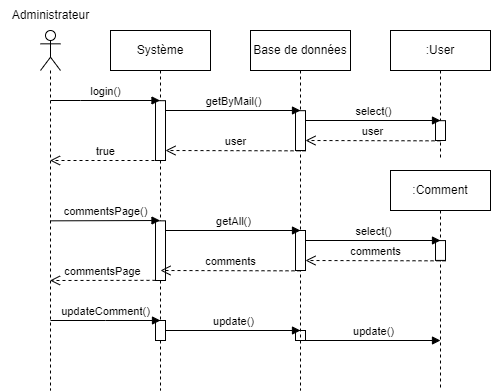
This is diagrammes/séquences/2-Validation d'un commentaire.png from Simoncharbonnier/OCP5, a draw.io export, as it was before one commit. Source tidied: cells renumbered, new cells last; positions are measured from the earlier drawing's top-left corner, leaving out a move shared by most shapes.
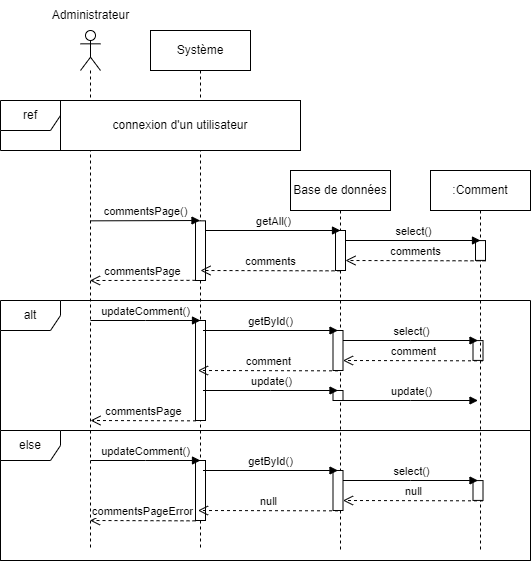
The same diagram one commit later.

Change to the diagram source:
```diff
@@ -3,37 +3,20 @@
     <mxCell id="0" />
     <mxCell id="1" parent="0" />
     <mxCell id="2" style="shape=umlLifeline;perimeter=lifelinePerimeter;whiteSpace=wrap;html=1;outlineConnect=0;portConstraint=eastwest;newEdgeStyle={&quot;edgeStyle&quot;:&quot;elbowEdgeStyle&quot;,&quot;elbow&quot;:&quot;vertical&quot;,&quot;curved&quot;:0,&quot;rounded&quot;:0};participant=umlActor;" parent="1" vertex="1">
-      <mxGeometry x="40" y="30" width="20" height="360" as="geometry" />
+      <mxGeometry x="40" y="30" width="20" height="520" as="geometry" />
     </mxCell>
     <mxCell id="3" value="Administrateur" style="text;html=1;align=center;verticalAlign=middle;strokeColor=none;fillColor=none;" parent="1" vertex="1">
       <mxGeometry width="100" height="30" as="geometry" />
     </mxCell>
     <mxCell id="4" value="Système" style="shape=umlLifeline;perimeter=lifelinePerimeter;whiteSpace=wrap;html=1;outlineConnect=0;portConstraint=eastwest;newEdgeStyle={&quot;edgeStyle&quot;:&quot;elbowEdgeStyle&quot;,&quot;elbow&quot;:&quot;vertical&quot;,&quot;curved&quot;:0,&quot;rounded&quot;:0};" parent="1" vertex="1">
-      <mxGeometry x="110" y="30" width="100" height="360" as="geometry" />
+      <mxGeometry x="110" y="30" width="100" height="520" as="geometry" />
     </mxCell>
     <mxCell id="5" style="html=1;points=[];perimeter=orthogonalPerimeter;outlineConnect=0;targetShapes=umlLifeline;portConstraint=eastwest;newEdgeStyle={&quot;edgeStyle&quot;:&quot;elbowEdgeStyle&quot;,&quot;elbow&quot;:&quot;vertical&quot;,&quot;curved&quot;:0,&quot;rounded&quot;:0};" parent="4" vertex="1">
       <mxGeometry x="45" y="190.3" width="10" height="59.7" as="geometry" />
     </mxCell>
-    <mxCell id="6" style="html=1;points=[];perimeter=orthogonalPerimeter;outlineConnect=0;targetShapes=umlLifeline;portConstraint=eastwest;newEdgeStyle={&quot;edgeStyle&quot;:&quot;elbowEdgeStyle&quot;,&quot;elbow&quot;:&quot;vertical&quot;,&quot;curved&quot;:0,&quot;rounded&quot;:0};" parent="4" vertex="1">
-      <mxGeometry x="45" y="70.2" width="10" height="59.8" as="geometry" />
-    </mxCell>
     <mxCell id="7" style="html=1;perimeter=orthogonalPerimeter;targetShapes=umlLifeline;newEdgeStyle={&quot;edgeStyle&quot;:&quot;elbowEdgeStyle&quot;,&quot;elbow&quot;:&quot;vertical&quot;,&quot;curved&quot;:0,&quot;rounded&quot;:0};" parent="4" vertex="1">
-      <mxGeometry x="45" y="290" width="10" height="20" as="geometry" />
+      <mxGeometry x="45" y="290" width="10" height="100" as="geometry" />
     </mxCell>
-    <mxCell id="8" style="html=1;points=[];perimeter=orthogonalPerimeter;outlineConnect=0;targetShapes=umlLifeline;portConstraint=eastwest;newEdgeStyle={&quot;edgeStyle&quot;:&quot;elbowEdgeStyle&quot;,&quot;elbow&quot;:&quot;vertical&quot;,&quot;curved&quot;:0,&quot;rounded&quot;:0};" parent="4" vertex="1">
-      <mxGeometry x="185" y="300" width="10" height="10" as="geometry" />
-    </mxCell>
-    <mxCell id="9" value="update()" style="html=1;verticalAlign=bottom;endArrow=block;edgeStyle=elbowEdgeStyle;elbow=vertical;curved=0;rounded=0;" parent="4" edge="1">
-      <mxGeometry relative="1" as="geometry">
-        <mxPoint x="55" y="300" as="sourcePoint" />
-        <mxPoint x="190" y="300" as="targetPoint" />
-      </mxGeometry>
-    </mxCell>
-    <mxCell id="10" value="update()" style="html=1;verticalAlign=bottom;endArrow=block;edgeStyle=elbowEdgeStyle;elbow=vertical;curved=0;rounded=0;" parent="4" edge="1" source="8">
-      <mxGeometry relative="1" as="geometry">
-        <mxPoint x="330" y="310" as="targetPoint" />
-      </mxGeometry>
-    </mxCell>
     <mxCell id="11" value="updateComment()" style="html=1;verticalAlign=bottom;endArrow=block;edgeStyle=elbowEdgeStyle;elbow=vertical;curved=0;rounded=0;" parent="4" edge="1">
       <mxGeometry relative="1" as="geometry">
         <mxPoint x="-60" y="290" as="sourcePoint" />
@@ -41,59 +24,48 @@
       </mxGeometry>
     </mxCell>
     <mxCell id="12" value="Base de données" style="shape=umlLifeline;perimeter=lifelinePerimeter;whiteSpace=wrap;html=1;newEdgeStyle={&quot;edgeStyle&quot;:&quot;elbowEdgeStyle&quot;,&quot;elbow&quot;:&quot;vertical&quot;,&quot;curved&quot;:0,&quot;rounded&quot;:0};" parent="1" vertex="1">
-      <mxGeometry x="250" y="30" width="100" height="360" as="geometry" />
+      <mxGeometry x="250" y="170" width="100" height="380" as="geometry" />
     </mxCell>
-    <mxCell id="13" style="html=1;points=[];perimeter=orthogonalPerimeter;outlineConnect=0;targetShapes=umlLifeline;portConstraint=eastwest;newEdgeStyle={&quot;edgeStyle&quot;:&quot;elbowEdgeStyle&quot;,&quot;elbow&quot;:&quot;vertical&quot;,&quot;curved&quot;:0,&quot;rounded&quot;:0};" parent="12" vertex="1">
-      <mxGeometry x="45" y="80.2" width="10" height="39.8" as="geometry" />
-    </mxCell>
     <mxCell id="14" style="html=1;points=[];perimeter=orthogonalPerimeter;outlineConnect=0;targetShapes=umlLifeline;portConstraint=eastwest;newEdgeStyle={&quot;edgeStyle&quot;:&quot;elbowEdgeStyle&quot;,&quot;elbow&quot;:&quot;vertical&quot;,&quot;curved&quot;:0,&quot;rounded&quot;:0};" parent="12" vertex="1">
-      <mxGeometry x="45" y="200" width="10" height="40" as="geometry" />
+      <mxGeometry x="45" y="60" width="10" height="40" as="geometry" />
     </mxCell>
-    <mxCell id="15" value=":User" style="shape=umlLifeline;perimeter=lifelinePerimeter;whiteSpace=wrap;html=1;newEdgeStyle={&quot;edgeStyle&quot;:&quot;elbowEdgeStyle&quot;,&quot;elbow&quot;:&quot;vertical&quot;,&quot;curved&quot;:0,&quot;rounded&quot;:0};" parent="1" vertex="1">
-      <mxGeometry x="390" y="30" width="100" height="130" as="geometry" />
-    </mxCell>
-    <mxCell id="16" style="html=1;perimeter=orthogonalPerimeter;targetShapes=umlLifeline;newEdgeStyle={&quot;edgeStyle&quot;:&quot;elbowEdgeStyle&quot;,&quot;elbow&quot;:&quot;vertical&quot;,&quot;curved&quot;:0,&quot;rounded&quot;:0};" parent="15" vertex="1">
-      <mxGeometry x="45" y="90.2" width="10" height="19.8" as="geometry" />
-    </mxCell>
+    <mxCell id="31" style="html=1;points=[];perimeter=orthogonalPerimeter;outlineConnect=0;targetShapes=umlLifeline;portConstraint=eastwest;newEdgeStyle={&quot;edgeStyle&quot;:&quot;elbowEdgeStyle&quot;,&quot;elbow&quot;:&quot;vertical&quot;,&quot;curved&quot;:0,&quot;rounded&quot;:0};" parent="12" vertex="1">
+      <mxGeometry x="42.5" y="160" width="10" height="40" as="geometry" />
+    </mxCell>
+    <mxCell id="32" style="html=1;perimeter=orthogonalPerimeter;targetShapes=umlLifeline;newEdgeStyle={&quot;edgeStyle&quot;:&quot;elbowEdgeStyle&quot;,&quot;elbow&quot;:&quot;vertical&quot;,&quot;curved&quot;:0,&quot;rounded&quot;:0};" parent="12" vertex="1">
+      <mxGeometry x="182.5" y="170.1" width="10" height="19.8" as="geometry" />
+    </mxCell>
+    <mxCell id="33" value="getById()" style="html=1;verticalAlign=bottom;endArrow=block;edgeStyle=elbowEdgeStyle;elbow=vertical;curved=0;rounded=0;" parent="12" edge="1">
+      <mxGeometry relative="1" as="geometry">
+        <mxPoint x="-87.5" y="160" as="sourcePoint" />
+        <mxPoint x="47.5" y="160" as="targetPoint" />
+        <Array as="points">
+          <mxPoint x="47.5" y="160" />
+        </Array>
+      </mxGeometry>
+    </mxCell>
+    <mxCell id="34" value="comment" style="html=1;verticalAlign=bottom;endArrow=open;dashed=1;endSize=8;edgeStyle=elbowEdgeStyle;elbow=vertical;curved=0;rounded=0;" parent="12" edge="1">
+      <mxGeometry relative="1" as="geometry">
+        <mxPoint x="47.5" y="200.3" as="sourcePoint" />
+        <mxPoint x="-92.5" y="200" as="targetPoint" />
+      </mxGeometry>
+    </mxCell>
+    <mxCell id="35" value="select()" style="html=1;verticalAlign=bottom;endArrow=block;edgeStyle=elbowEdgeStyle;elbow=vertical;curved=0;rounded=0;" parent="12" edge="1" source="31">
+      <mxGeometry relative="1" as="geometry">
+        <mxPoint x="187.5" y="170" as="targetPoint" />
+      </mxGeometry>
+    </mxCell>
+    <mxCell id="36" value="comment" style="html=1;verticalAlign=bottom;endArrow=open;dashed=1;endSize=8;edgeStyle=elbowEdgeStyle;elbow=vertical;curved=0;rounded=0;" parent="12" edge="1" target="31">
+      <mxGeometry relative="1" as="geometry">
+        <mxPoint x="192.5" y="190.3" as="sourcePoint" />
+      </mxGeometry>
+    </mxCell>
     <mxCell id="17" value="commentsPage()" style="html=1;verticalAlign=bottom;endArrow=block;edgeStyle=elbowEdgeStyle;elbow=vertical;curved=0;rounded=0;" parent="1" edge="1">
       <mxGeometry relative="1" as="geometry">
         <mxPoint x="50" y="220.3" as="sourcePoint" />
         <mxPoint x="159.5" y="220.2" as="targetPoint" />
       </mxGeometry>
     </mxCell>
-    <mxCell id="18" value="login()" style="html=1;verticalAlign=bottom;endArrow=block;edgeStyle=elbowEdgeStyle;elbow=vertical;curved=0;rounded=0;" parent="1" edge="1" target="4">
-      <mxGeometry relative="1" as="geometry">
-        <mxPoint x="50" y="100" as="sourcePoint" />
-      </mxGeometry>
-    </mxCell>
-    <mxCell id="19" value="true" style="html=1;verticalAlign=bottom;endArrow=open;dashed=1;endSize=8;edgeStyle=elbowEdgeStyle;elbow=vertical;curved=0;rounded=0;" parent="1" edge="1" target="2">
-      <mxGeometry relative="1" as="geometry">
-        <mxPoint x="160" y="160" as="sourcePoint" />
-        <Array as="points">
-          <mxPoint x="130" y="160" />
-        </Array>
-      </mxGeometry>
-    </mxCell>
-    <mxCell id="20" value="getByMail()" style="html=1;verticalAlign=bottom;endArrow=block;edgeStyle=elbowEdgeStyle;elbow=vertical;curved=0;rounded=0;" parent="1" edge="1" source="6">
-      <mxGeometry x="0.01" relative="1" as="geometry">
-        <mxPoint x="300" y="110" as="targetPoint" />
-      </mxGeometry>
-    </mxCell>
-    <mxCell id="21" value="select()" style="html=1;verticalAlign=bottom;endArrow=block;edgeStyle=elbowEdgeStyle;elbow=vertical;curved=0;rounded=0;" parent="1" edge="1" source="13">
-      <mxGeometry relative="1" as="geometry">
-        <mxPoint x="440" y="120" as="targetPoint" />
-      </mxGeometry>
-    </mxCell>
-    <mxCell id="22" value="user" style="html=1;verticalAlign=bottom;endArrow=open;dashed=1;endSize=8;edgeStyle=elbowEdgeStyle;elbow=vertical;curved=0;rounded=0;" parent="1" edge="1" target="13">
-      <mxGeometry relative="1" as="geometry">
-        <mxPoint x="440" y="140.3" as="sourcePoint" />
-      </mxGeometry>
-    </mxCell>
-    <mxCell id="23" value="user" style="html=1;verticalAlign=bottom;endArrow=open;dashed=1;endSize=8;edgeStyle=elbowEdgeStyle;elbow=vertical;curved=0;rounded=0;" parent="1" edge="1" target="6">
-      <mxGeometry relative="1" as="geometry">
-        <mxPoint x="305" y="150.3" as="sourcePoint" />
-      </mxGeometry>
-    </mxCell>
     <mxCell id="24" value="commentsPage" style="html=1;verticalAlign=bottom;endArrow=open;dashed=1;endSize=8;edgeStyle=elbowEdgeStyle;elbow=vertical;curved=0;rounded=0;" parent="1" edge="1">
       <mxGeometry relative="1" as="geometry">
         <mxPoint x="155" y="279.8" as="sourcePoint" />
@@ -101,7 +73,7 @@
       </mxGeometry>
     </mxCell>
     <mxCell id="25" value=":Comment" style="shape=umlLifeline;perimeter=lifelinePerimeter;whiteSpace=wrap;html=1;newEdgeStyle={&quot;edgeStyle&quot;:&quot;elbowEdgeStyle&quot;,&quot;elbow&quot;:&quot;vertical&quot;,&quot;curved&quot;:0,&quot;rounded&quot;:0};" parent="1" vertex="1">
-      <mxGeometry x="390" y="170" width="100" height="220" as="geometry" />
+      <mxGeometry x="390" y="170" width="100" height="380" as="geometry" />
     </mxCell>
     <mxCell id="26" style="html=1;perimeter=orthogonalPerimeter;targetShapes=umlLifeline;newEdgeStyle={&quot;edgeStyle&quot;:&quot;elbowEdgeStyle&quot;,&quot;elbow&quot;:&quot;vertical&quot;,&quot;curved&quot;:0,&quot;rounded&quot;:0};" parent="25" vertex="1">
       <mxGeometry x="45" y="70.1" width="10" height="19.8" as="geometry" />
@@ -130,5 +102,83 @@
         <mxPoint x="445" y="260.3" as="sourcePoint" />
       </mxGeometry>
     </mxCell>
+    <mxCell id="37" value="ref" style="shape=umlFrame;whiteSpace=wrap;html=1;labelBackgroundColor=default;fontStyle=0;shadow=0;perimeterSpacing=0;" parent="1" vertex="1">
+      <mxGeometry x="-40" y="100" width="300" height="50" as="geometry" />
+    </mxCell>
+    <mxCell id="38" value="connexion d'un utilisateur" style="text;html=1;strokeColor=default;fillColor=default;align=center;verticalAlign=middle;whiteSpace=wrap;rounded=0;" parent="1" vertex="1">
+      <mxGeometry x="20" y="100" width="240" height="50" as="geometry" />
+    </mxCell>
+    <mxCell id="8" style="html=1;points=[];perimeter=orthogonalPerimeter;outlineConnect=0;targetShapes=umlLifeline;portConstraint=eastwest;newEdgeStyle={&quot;edgeStyle&quot;:&quot;elbowEdgeStyle&quot;,&quot;elbow&quot;:&quot;vertical&quot;,&quot;curved&quot;:0,&quot;rounded&quot;:0};" parent="1" vertex="1">
+      <mxGeometry x="292.5" y="390" width="10" height="10" as="geometry" />
+    </mxCell>
+    <mxCell id="9" value="update()" style="html=1;verticalAlign=bottom;endArrow=block;edgeStyle=elbowEdgeStyle;elbow=vertical;curved=0;rounded=0;" parent="1" edge="1">
+      <mxGeometry relative="1" as="geometry">
+        <mxPoint x="162.5" y="390" as="sourcePoint" />
+        <mxPoint x="297.5" y="390" as="targetPoint" />
+      </mxGeometry>
+    </mxCell>
+    <mxCell id="10" value="update()" style="html=1;verticalAlign=bottom;endArrow=block;edgeStyle=elbowEdgeStyle;elbow=vertical;curved=0;rounded=0;" parent="1" edge="1" source="8">
+      <mxGeometry relative="1" as="geometry">
+        <mxPoint x="437.5" y="400" as="targetPoint" />
+      </mxGeometry>
+    </mxCell>
+    <mxCell id="39" value="commentsPage" style="html=1;verticalAlign=bottom;endArrow=open;dashed=1;endSize=8;edgeStyle=elbowEdgeStyle;elbow=vertical;curved=0;rounded=0;" parent="1" edge="1">
+      <mxGeometry relative="1" as="geometry">
+        <mxPoint x="155.5" y="420.3" as="sourcePoint" />
+        <mxPoint x="50" y="420" as="targetPoint" />
+      </mxGeometry>
+    </mxCell>
+    <mxCell id="40" style="html=1;perimeter=orthogonalPerimeter;targetShapes=umlLifeline;newEdgeStyle={&quot;edgeStyle&quot;:&quot;elbowEdgeStyle&quot;,&quot;elbow&quot;:&quot;vertical&quot;,&quot;curved&quot;:0,&quot;rounded&quot;:0};" parent="1" vertex="1">
+      <mxGeometry x="155" y="460" width="10" height="60" as="geometry" />
+    </mxCell>
+    <mxCell id="41" value="updateComment()" style="html=1;verticalAlign=bottom;endArrow=block;edgeStyle=elbowEdgeStyle;elbow=vertical;curved=0;rounded=0;" parent="1" edge="1">
+      <mxGeometry relative="1" as="geometry">
+        <mxPoint x="50" y="460" as="sourcePoint" />
+        <mxPoint x="160" y="460" as="targetPoint" />
+      </mxGeometry>
+    </mxCell>
+    <mxCell id="42" style="html=1;points=[];perimeter=orthogonalPerimeter;outlineConnect=0;targetShapes=umlLifeline;portConstraint=eastwest;newEdgeStyle={&quot;edgeStyle&quot;:&quot;elbowEdgeStyle&quot;,&quot;elbow&quot;:&quot;vertical&quot;,&quot;curved&quot;:0,&quot;rounded&quot;:0};" parent="1" vertex="1">
+      <mxGeometry x="292.5" y="470" width="10" height="40" as="geometry" />
+    </mxCell>
+    <mxCell id="43" style="html=1;perimeter=orthogonalPerimeter;targetShapes=umlLifeline;newEdgeStyle={&quot;edgeStyle&quot;:&quot;elbowEdgeStyle&quot;,&quot;elbow&quot;:&quot;vertical&quot;,&quot;curved&quot;:0,&quot;rounded&quot;:0};" parent="1" vertex="1">
+      <mxGeometry x="432.5" y="480.1" width="10" height="19.8" as="geometry" />
+    </mxCell>
+    <mxCell id="44" value="getById()" style="html=1;verticalAlign=bottom;endArrow=block;edgeStyle=elbowEdgeStyle;elbow=vertical;curved=0;rounded=0;" parent="1" edge="1">
+      <mxGeometry relative="1" as="geometry">
+        <mxPoint x="162.5" y="470" as="sourcePoint" />
+        <mxPoint x="297.5" y="470" as="targetPoint" />
+        <Array as="points">
+          <mxPoint x="297.5" y="470" />
+        </Array>
+      </mxGeometry>
+    </mxCell>
+    <mxCell id="45" value="null" style="html=1;verticalAlign=bottom;endArrow=open;dashed=1;endSize=8;edgeStyle=elbowEdgeStyle;elbow=vertical;curved=0;rounded=0;" parent="1" edge="1">
+      <mxGeometry relative="1" as="geometry">
+        <mxPoint x="297.5" y="510.3" as="sourcePoint" />
+        <mxPoint x="157.5" y="510" as="targetPoint" />
+      </mxGeometry>
+    </mxCell>
+    <mxCell id="46" value="select()" style="html=1;verticalAlign=bottom;endArrow=block;edgeStyle=elbowEdgeStyle;elbow=vertical;curved=0;rounded=0;" parent="1" edge="1" source="42">
+      <mxGeometry relative="1" as="geometry">
+        <mxPoint x="437.5" y="480" as="targetPoint" />
+      </mxGeometry>
+    </mxCell>
+    <mxCell id="47" value="null" style="html=1;verticalAlign=bottom;endArrow=open;dashed=1;endSize=8;edgeStyle=elbowEdgeStyle;elbow=vertical;curved=0;rounded=0;" parent="1" edge="1" target="42">
+      <mxGeometry relative="1" as="geometry">
+        <mxPoint x="442.5" y="500.3" as="sourcePoint" />
+      </mxGeometry>
+    </mxCell>
+    <mxCell id="48" value="commentsPageError" style="html=1;verticalAlign=bottom;endArrow=open;dashed=1;endSize=8;edgeStyle=elbowEdgeStyle;elbow=vertical;curved=0;rounded=0;" parent="1" edge="1">
+      <mxGeometry relative="1" as="geometry">
+        <mxPoint x="155" y="520.3" as="sourcePoint" />
+        <mxPoint x="49.5" y="520" as="targetPoint" />
+      </mxGeometry>
+    </mxCell>
+    <mxCell id="49" value="alt" style="shape=umlFrame;whiteSpace=wrap;html=1;labelBackgroundColor=default;fontStyle=0;shadow=0;perimeterSpacing=0;" parent="1" vertex="1">
+      <mxGeometry x="-40" y="300" width="530" height="260" as="geometry" />
+    </mxCell>
+    <mxCell id="50" value="else" style="shape=umlFrame;whiteSpace=wrap;html=1;labelBackgroundColor=default;fontStyle=0;shadow=0;perimeterSpacing=0;" parent="1" vertex="1">
+      <mxGeometry x="-40" y="430" width="530" height="130" as="geometry" />
+    </mxCell>
   </root>
 </mxGraphModel>
```
